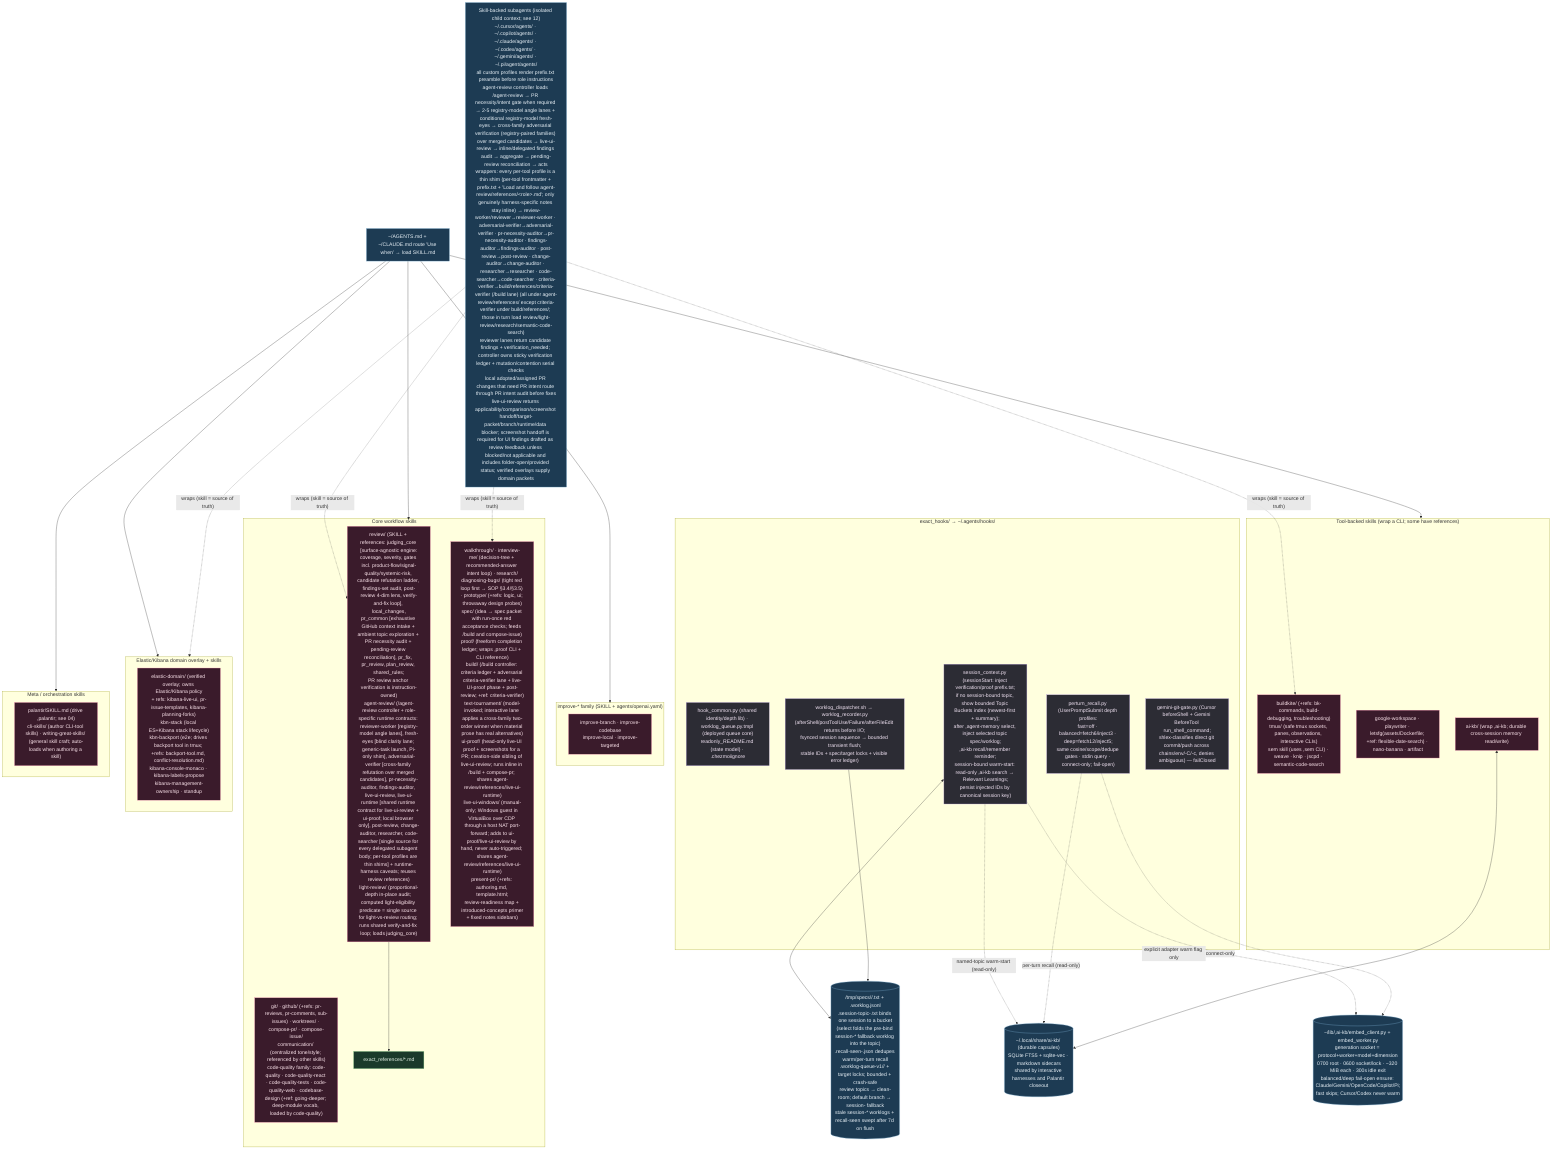
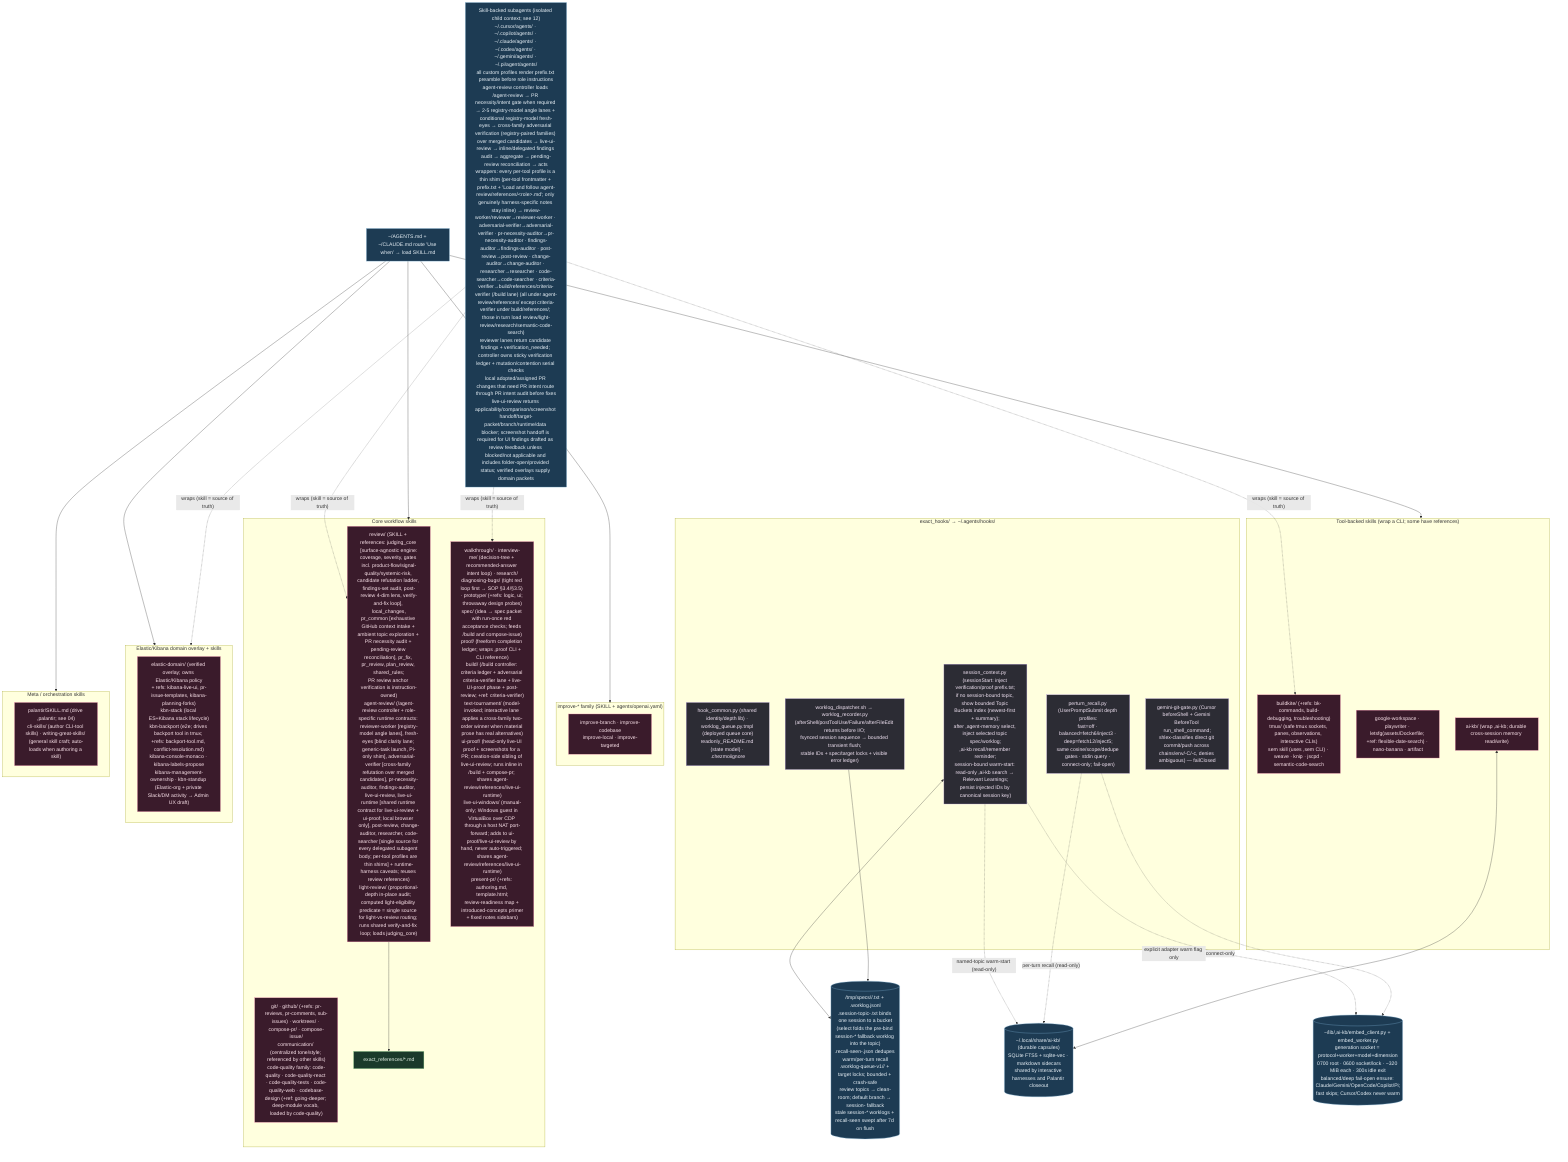
%% ============================================================================
- %% 03b-agent-skills-hooks.mmd — Every file under home/exact_dot_agents/ (105).
+ %% 03b-agent-skills-hooks.mmd — Every file under home/exact_dot_agents/ (106).
%% Skills → ~/.agents/skills/ (intent-routed SKILL.md). Shared hooks → ~/.agents/hooks/.
%% ============================================================================
flowchart TB
    classDef skill fill:#3a1b2b,stroke:#f48fb1,color:#fce4ec;
    classDef hook fill:#2c2c34,stroke:#b39ddb,color:#f3e5f5;
    classDef ref fill:#1b3a2b,stroke:#81c784,color:#e8f5e9;
    classDef data fill:#1d3b53,stroke:#7fb3d5,color:#eaf2f8;

    subgraph HOOKS["exact_hooks/ → ~/.agents/hooks/"]
        HC["hook_common.py (shared identity/depth lib) · worklog_queue.py.tmpl (deployed queue core)<br/>readonly_README.md (state model) · .chezmoiignore"]:::hook
        SCx["session_context.py (sessionStart: inject verification/proof prefix.txt;<br/>if no session-bound topic, show bounded Topic Buckets index (newest-first + summary);<br/>after ,agent-memory select, inject selected topic spec/worklog;<br/>,ai-kb recall/remember reminder;<br/>session-bound warm-start: read-only ,ai-kb search → Relevant Learnings;<br/>persist injected IDs by canonical session key)"]:::hook
        PRx["perturn_recall.py (UserPromptSubmit depth profiles:<br/>fast=off · balanced=fetch6/inject3 · deep=fetch12/inject5;<br/>same cosine/scope/dedupe gates · stdin query · connect-only; fail-open)"]:::hook
        WLx["worklog_dispatcher.sh → worklog_recorder.py<br/>(afterShell/postToolUse/Failure/afterFileEdit returns before I/O;<br/>fsynced session sequence → bounded transient flush;<br/>stable IDs + spec/target locks + visible error ledger)"]:::hook
        GG["gemini-git-gate.py (Cursor beforeShell + Gemini BeforeTool run_shell_command;<br/>shlex-classifies direct git commit/push across chains/env/-C/-c, denies ambiguous) — failClosed"]:::hook
    end

    MEM[("/tmp/specs/<pwd>/<topic>.txt + .worklog.jsonl<br/>.session-topic-<id>.txt binds one session to a bucket<br/>(select folds the pre-bind session-* fallback worklog into the topic)<br/>.recall-seen-<session-key>.json dedupes warm/per-turn recall<br/>.worklog-queue-v1/<session>/ + target locks; bounded + crash-safe<br/>review topics → clean-room; default branch → session-<id> fallback<br/>stale session-* worklogs + recall-seen swept after 7d on flush")]:::data
    SCx <--> MEM
    WLx --> MEM

    KBDB[("~/.local/share/ai-kb/ (durable capsules)<br/>SQLite FTS5 + sqlite-vec · markdown sidecars<br/>shared by interactive harnesses and Palantir closeout")]:::data
    RESIDENT[("~/lib/,ai-kb/embed_client.py + embed_worker.py<br/>generation socket = protocol+worker+model+dimension<br/>0700 root · 0600 socket/lock · ~320 MiB each · 300s idle exit<br/>balanced/deep fail-open ensure: Claude/Gemini/OpenCode/Copilot/Pi;<br/>fast skips; Cursor/Codex never warm")]:::data
    SCx -. "named-topic warm-start (read-only)" .-> KBDB
    PRx -. "per-turn recall (read-only)" .-> KBDB
    SCx -. "explicit adapter warm flag only" .-> RESIDENT
    PRx -. "connect-only" .-> RESIDENT

    subgraph CORE["Core workflow skills"]
        S1["review/ (SKILL + references: judging_core [surface-agnostic engine:<br/>coverage, severity, gates incl. product-flow/signal-quality/systemic-risk, candidate refutation ladder, findings-set audit, post-review 4-dim lens, verify-and-fix loop], local_changes,<br/>pr_common [exhaustive GitHub context intake + ambient topic exploration + PR necessity audit + pending-review reconciliation], pr_fix, pr_review, plan_review, shared_rules;<br/>PR review anchor verification is instruction-owned)<br/>agent-review/ (/agent-review controller + role-specific runtime contracts: reviewer-worker [registry-model angle lanes], fresh-eyes [blind clarity lane; generic-task launch, Pi-only shim], adversarial-verifier [cross-family refutation over merged candidates], pr-necessity-auditor, findings-auditor, live-ui-review, live-ui-runtime [shared runtime contract for live-ui-review + ui-proof; local browser only], post-review, change-auditor, researcher, code-searcher [single source for every delegated subagent body; per-tool profiles are thin shims] + runtime-harness caveats; reuses review references)<br/>light-review/ (proportional-depth in-place audit; computed light-eligibility predicate = single source for light-vs-review routing; runs shared verify-and-fix loop; loads judging_core)"]:::skill
        S2["git/ · github/ (+refs: pr-reviews, pr-comments, sub-issues) · worktrees/ · compose-pr/ · compose-issue/<br/>communication/ (centralized tone/style; referenced by other skills)<br/>code-quality family: code-quality · code-quality-react · code-quality-tests · code-quality-web · codebase-design (+ref: going-deeper; deep-module vocab, loaded by code-quality)"]:::skill
        S3["walkthrough/ · interview-me/ (decision-tree + recommended-answer intent loop) · research/<br/>diagnosing-bugs/ (tight red loop first → SOP §3.4/§3.5) · prototype/ (+refs: logic, ui; throwaway design probes)<br/>spec/ (idea → spec packet with run-once red acceptance checks; feeds /build and compose-issue)<br/>proof/ (freeform completion ledger; wraps ,proof CLI + CLI reference)<br/>build/ (/build controller: criteria ledger + adversarial criteria-verifier lane + live-UI-proof phase + post-review; +ref: criteria-verifier)<br/>text-tournament/ (model-invoked; interactive lane applies a cross-family two-order winner when material prose has real alternatives)<br/>ui-proof/ (head-only live-UI proof + screenshots for a PR; creation-side sibling of live-ui-review; runs inline in /build + compose-pr; shares agent-review/references/live-ui-runtime)<br/>live-ui-windows/ (manual-only; Windows guest in VirtualBox over CDP through a host NAT port-forward; adds to ui-proof/live-ui-review by hand, never auto-triggered; shares agent-review/references/live-ui-runtime)<br/>present-pr/ (+refs: authoring.md, template.html;<br/>review-readiness map + introduced-concepts primer<br/>+ fixed notes sidebars)"]:::skill
        S1 --> R1["exact_references/*.md"]:::ref
    end

    subgraph IMPROVE["improve-* family (SKILL + agents/openai.yaml)"]
        S4["improve-branch · improve-codebase<br/>improve-local · improve-targeted"]:::skill
    end

    subgraph TOOLS["Tool-backed skills (wrap a CLI; some have references)"]
        S5["buildkite/ (+refs: bk-commands, build-debugging, troubleshooting)<br/>tmux/ (safe tmux sockets, panes, observations, interactive CLIs)<br/>sem skill (uses ,sem CLI) · weave · knip · jscpd · semantic-code-search"]:::skill
        S6["google-workspace · playwriter · letsfg(assets/Dockerfile; +ref: flexible-date-search) · nano-banana · artifact"]:::skill
        S7["ai-kb/ (wrap ,ai-kb; durable cross-session memory read/write)"]:::skill
    end

    subgraph KBN["Elastic/Kibana domain overlay + skills"]
-         S8["elastic-domain/ (verified overlay; owns Elastic/Kibana policy<br/>+ refs: kibana-live-ui, pr-issue-templates, kibana-planning-forks)<br/>kbn-stack (local ES+Kibana stack lifecycle)<br/>kbn-backport (e2e; drives backport tool in tmux; +refs: backport-tool.md, conflict-resolution.md)<br/>kibana-console-monaco · kibana-labels-propose<br/>kibana-management-ownership · standup"]:::skill
+         S8["elastic-domain/ (verified overlay; owns Elastic/Kibana policy<br/>+ refs: kibana-live-ui, pr-issue-templates, kibana-planning-forks)<br/>kbn-stack (local ES+Kibana stack lifecycle)<br/>kbn-backport (e2e; drives backport tool in tmux; +refs: backport-tool.md, conflict-resolution.md)<br/>kibana-console-monaco · kibana-labels-propose<br/>kibana-management-ownership · kbn-standup (Elastic-org + private Slack/DM activity → Admin UX draft)"]:::skill
    end

    subgraph META["Meta / orchestration skills"]
        S9["palantir/SKILL.md (drive ,palantir; see 04)<br/>cli-skills/ (author CLI-tool skills) · writing-great-skills/ (general skill craft; auto-loads when authoring a skill)"]:::skill
    end

    SOPS["~/AGENTS.md + ~/CLAUDE.md route 'Use when' → load SKILL.md"]:::data
    SOPS --> CORE & IMPROVE & TOOLS & KBN & META
    S7 <--> KBDB

    SUBA["Skill-backed subagents (isolated child context; see 12)<br/>~/.cursor/agents/ · ~/.copilot/agents/ · ~/.claude/agents/ · ~/.codex/agents/ · ~/.gemini/agents/ · ~/.pi/agent/agents/<br/>all custom profiles render prefix.txt preamble before role instructions<br/>agent-review controller loads /agent-review → PR necessity/intent gate when required → 2-5 registry-model angle lanes + conditional registry-model fresh-eyes → cross-family adversarial verification (registry-paired families) over merged candidates → live-ui-review → inline/delegated findings audit → aggregate → pending-review reconciliation → acts<br/>wrappers: every per-tool profile is a thin shim (per-tool frontmatter + prefix.txt + 'Load and follow agent-review/references/&lt;role&gt;.md'; only genuinely harness-specific notes stay inline) → review-worker/reviewer→reviewer-worker · adversarial-verifier→adversarial-verifier · pr-necessity-auditor→pr-necessity-auditor · findings-auditor→findings-auditor · post-review→post-review · change-auditor→change-auditor · researcher→researcher · code-searcher→code-searcher · criteria-verifier→build/references/criteria-verifier (/build lane) (all under agent-review/references/ except criteria-verifier under build/references/; those in turn load review/light-review/research/semantic-code-search)<br/>reviewer lanes return candidate findings + verification_needed; controller owns sticky verification ledger + mutation/contention serial checks<br/>local adopted/assigned PR changes that need PR intent route through PR intent audit before fixes<br/>live-ui-review returns applicability/comparison/screenshot handoff/target-packet/branch/runtime/data blocker; screenshot handoff is required for UI findings drafted as review feedback unless blocked/not applicable and includes folder-open/provided status; verified overlays supply domain packets"]:::data
    SUBA -.->|"wraps (skill = source of truth)"| S1 & S3 & S5 & KBN
